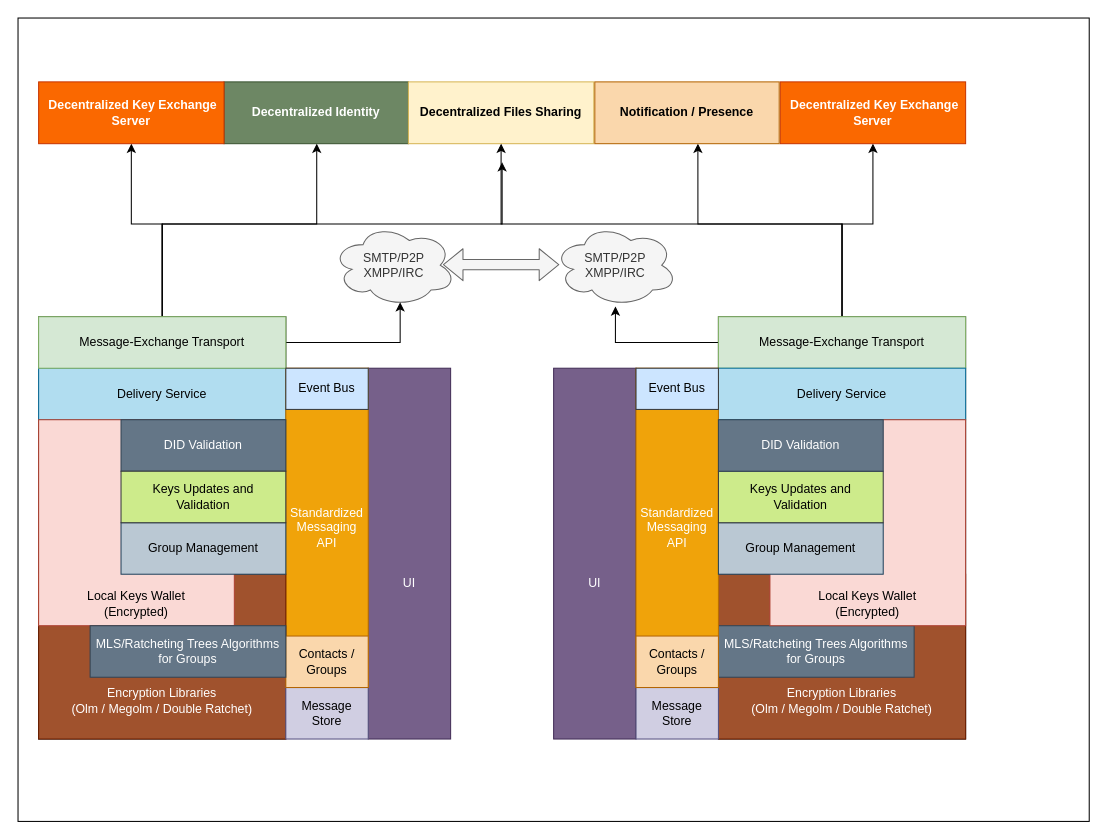
This is page "layers" (4 of 4) of Messaging end-to-end.drawio from bhatti/Aeron, a draw.io file, before an edit. Source tidied: cells renumbered, new cells numbered last; positions are measured from the earlier drawing's top-left corner, leaving out a move shared by most shapes. Both pictures are drawn from the tidied source at 103%, with x=0, y=0 at pixel (18, 18).
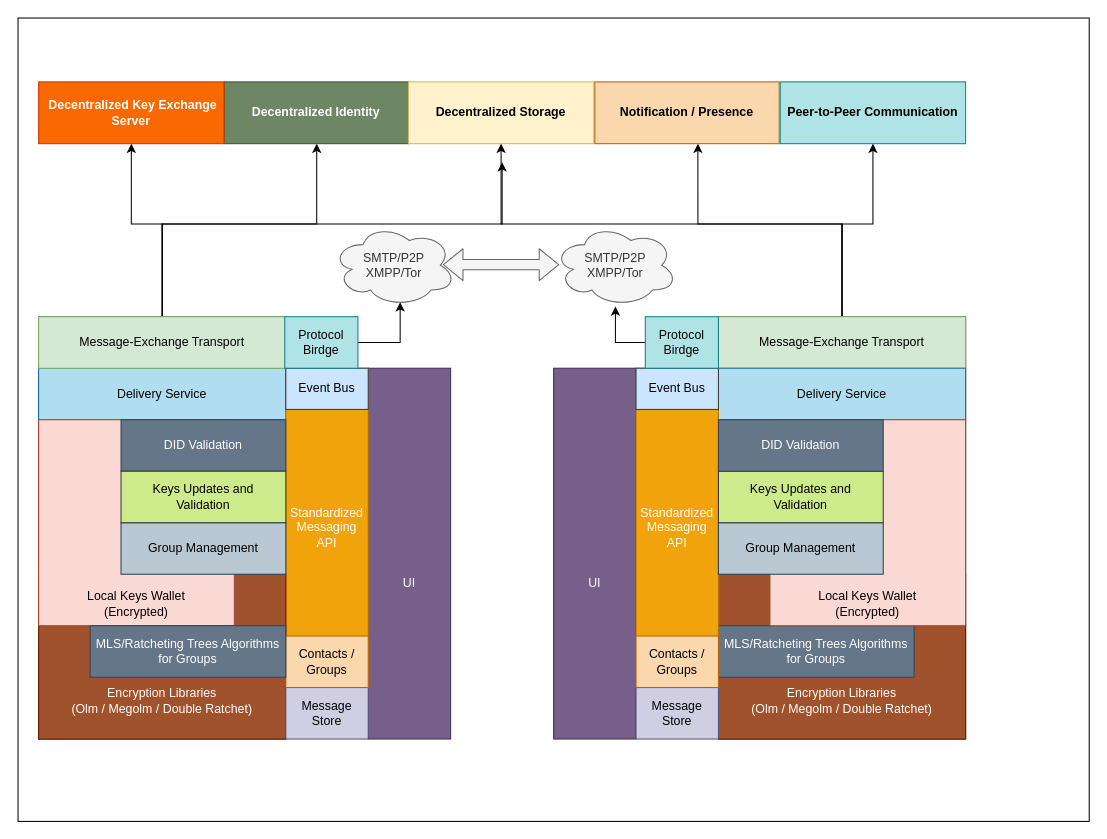
Above is the later version.

What changed in the source:
```diff
@@
-    <mxCell id="6" value="&lt;b&gt;Decentralized Files Sharing&lt;br&gt;&lt;/b&gt;" style="rounded=0;whiteSpace=wrap;html=1;fillColor=#fff2cc;strokeColor=#d6b656;" parent="1" vertex="1">
+    <mxCell id="6" value="&lt;b&gt;Decentralized Storage&lt;br&gt;&lt;/b&gt;" style="rounded=0;whiteSpace=wrap;html=1;fillColor=#fff2cc;strokeColor=#d6b656;" parent="1" vertex="1">
       <mxGeometry x="379" y="62" width="180" height="60" as="geometry" />
     </mxCell>
-    <mxCell id="7" value="&lt;b&gt;&amp;nbsp;Decentralized Key Exchange&lt;br&gt;Server&lt;/b&gt;" style="rounded=0;whiteSpace=wrap;html=1;fillColor=#fa6800;strokeColor=#C73500;fontColor=#ffffff;" parent="1" vertex="1">
+    <mxCell id="7" value="&lt;b&gt;Peer-to-Peer Communication&lt;/b&gt;" style="rounded=0;whiteSpace=wrap;html=1;fillColor=#b0e3e6;strokeColor=#0e8088;" parent="1" vertex="1">
       <mxGeometry x="740" y="62" width="180" height="60" as="geometry" />
     </mxCell>
-    <mxCell id="8" value="SMTP/P2P&lt;br&gt;XMPP/IRC" style="ellipse;shape=cloud;whiteSpace=wrap;html=1;fillColor=#f5f5f5;strokeColor=#666666;fontColor=#333333;" parent="1" vertex="1">
+    <mxCell id="8" value="SMTP/P2P&lt;br&gt;XMPP/Tor" style="ellipse;shape=cloud;whiteSpace=wrap;html=1;fillColor=#f5f5f5;strokeColor=#666666;fontColor=#333333;" parent="1" vertex="1">
       <mxGeometry x="305" y="200" width="120" height="80" as="geometry" />
     </mxCell>
-    <mxCell id="9" value="SMTP/P2P&lt;br&gt;XMPP/IRC" style="ellipse;shape=cloud;whiteSpace=wrap;html=1;fillColor=#f5f5f5;strokeColor=#666666;fontColor=#333333;" parent="1" vertex="1">
+    <mxCell id="9" value="SMTP/P2P&lt;br&gt;XMPP/Tor" style="ellipse;shape=cloud;whiteSpace=wrap;html=1;fillColor=#f5f5f5;strokeColor=#666666;fontColor=#333333;" parent="1" vertex="1">
       <mxGeometry x="520" y="200" width="120" height="80" as="geometry" />
     </mxCell>
@@
+    <mxCell id="47" value="Protocol Birdge" style="rounded=0;whiteSpace=wrap;html=1;fillColor=#b0e3e6;strokeColor=#0e8088;" parent="1" vertex="1">
+      <mxGeometry x="259" y="290" width="71" height="50" as="geometry" />
+    </mxCell>
+    <mxCell id="48" value="Protocol Birdge" style="rounded=0;whiteSpace=wrap;html=1;fillColor=#b0e3e6;strokeColor=#0e8088;" parent="1" vertex="1">
+      <mxGeometry x="609" y="290" width="71" height="50" as="geometry" />
+    </mxCell>
```
